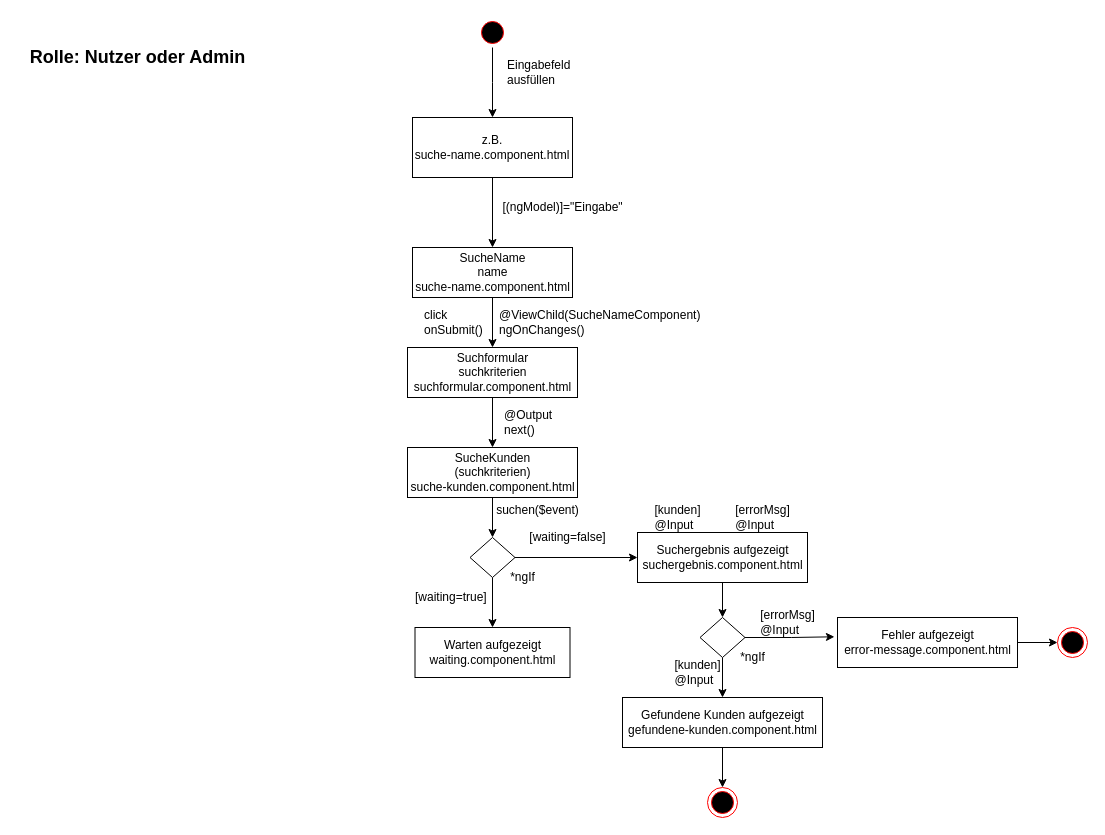
The draw.io diagram docs/zustandsdiagramme/zustandsdiagramm-suche.drawio in flogoe/ss21_swe_grp5_abgabe2, before the edit. Source tidied: cells renumbered, new cells numbered last; positions are measured from the earlier drawing's top-left corner, leaving out a move shared by most shapes. Both pictures are drawn from the tidied source at 100%, with x=0, y=0 at pixel (22, 17).
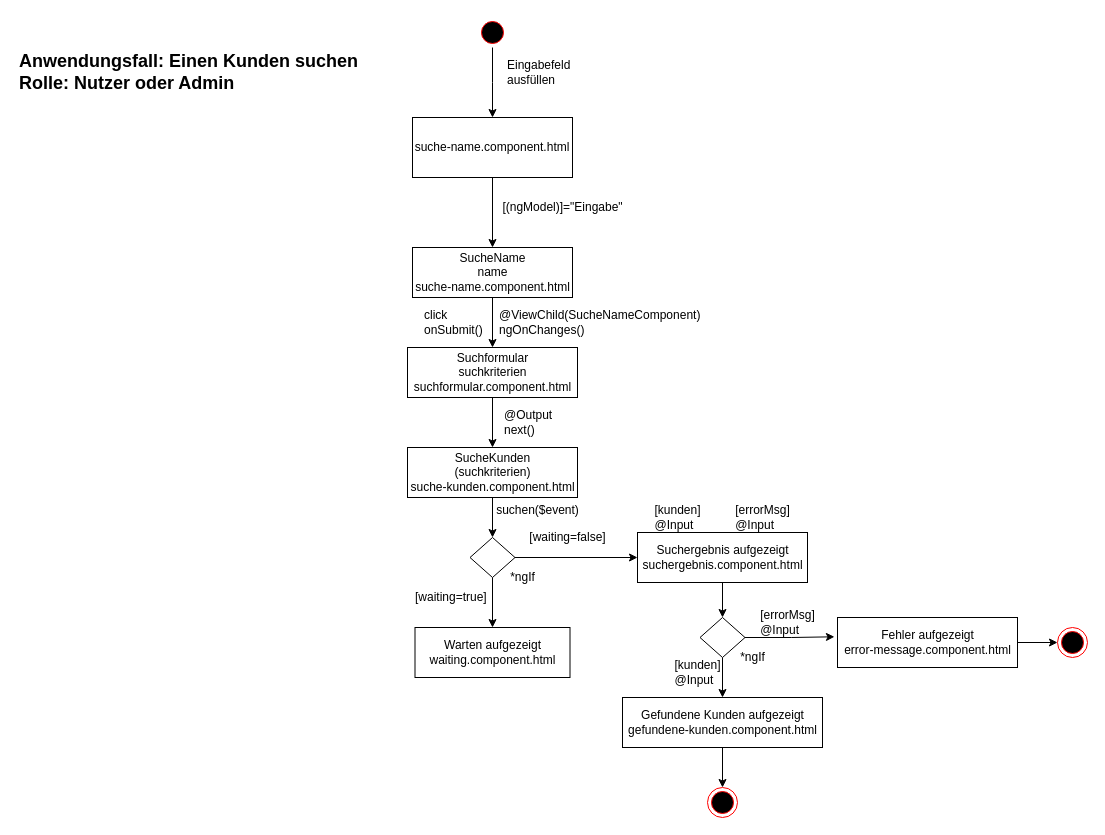
The same page after the edit.

Diff of the diagram source:
```diff
@@
-    <mxCell id="38" value="z.B.&lt;br&gt;suche-name.component.html" style="rounded=0;whiteSpace=wrap;html=1;" parent="1" vertex="1">
+    <mxCell id="38" value="suche-name.component.html" style="rounded=0;whiteSpace=wrap;html=1;" parent="1" vertex="1">
       <mxGeometry x="390" y="100" width="160" height="60" as="geometry" />
     </mxCell>
@@
-    <mxCell id="41" value="&lt;font style=&quot;font-size: 18px&quot;&gt;&lt;b&gt;Rolle: Nutzer oder Admin&lt;/b&gt;&lt;/font&gt;" style="text;html=1;align=center;verticalAlign=middle;strokeColor=none;" parent="1" vertex="1">
-      <mxGeometry y="30" width="230" height="20" as="geometry" />
+    <mxCell id="41" value="&lt;div&gt;&lt;b style=&quot;font-size: 18px&quot;&gt;Anwendungsfall: Einen Kunden suchen&lt;/b&gt;&lt;/div&gt;&lt;font style=&quot;font-size: 18px&quot;&gt;&lt;b&gt;Rolle: Nutzer oder Admin&lt;/b&gt;&lt;/font&gt;" style="text;html=1;align=left;verticalAlign=middle;strokeColor=none;" parent="1" vertex="1">
+      <mxGeometry x="-5" y="35" width="350" height="40" as="geometry" />
     </mxCell>
```
